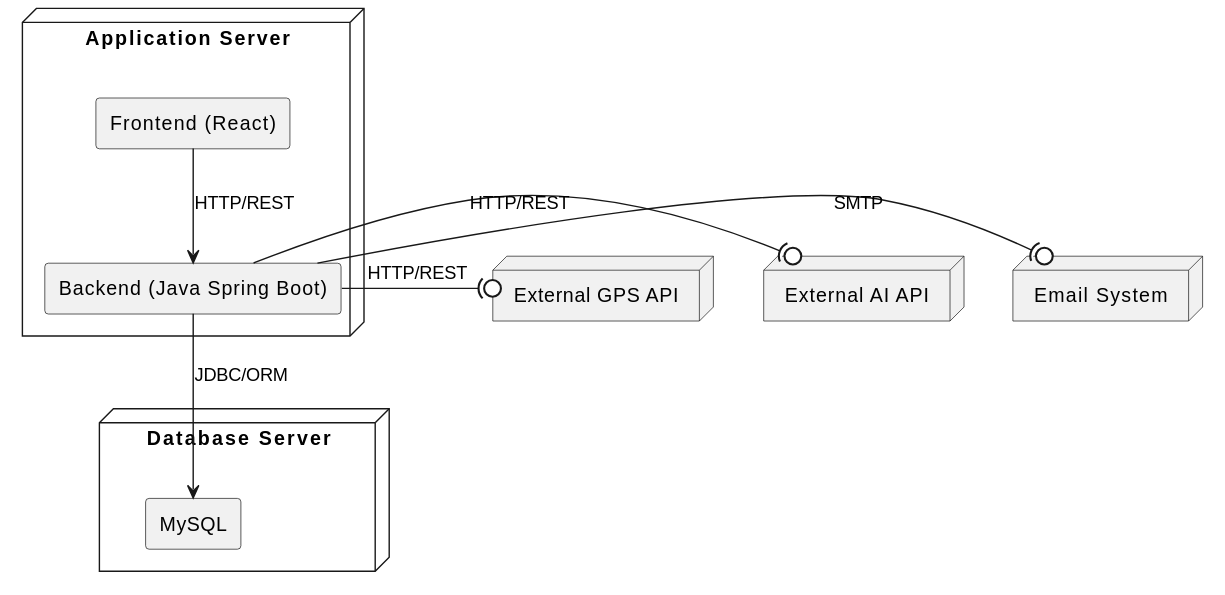
RafaelFaisca32/LABDSOF keeps this PlantUML diagram as Documentation/DeploymentDiagram/DeploymentDiagram.svg. Above is the earlier version. Its diagram source:
```plantuml
@startuml
skinparam componentStyle rectangle

node "Application Server" {
    [Backend (Java Spring Boot)]
    [Frontend (React)]
}

node "Database Server" {
    [MySQL]
}

node "External GPS API" {
}

node "External AI API" {
}

node "Email System" {
}

[Frontend (React)] --> [Backend (Java Spring Boot)] : HTTP/REST
[Backend (Java Spring Boot)] --> [MySQL] : JDBC/ORM
[Backend (Java Spring Boot)] -(0 [External GPS API] : HTTP/REST
[Backend (Java Spring Boot)] -(0 [External AI API] : HTTP/REST
[Backend (Java Spring Boot)] -(0 [Email System] : SMTP
@enduml
```
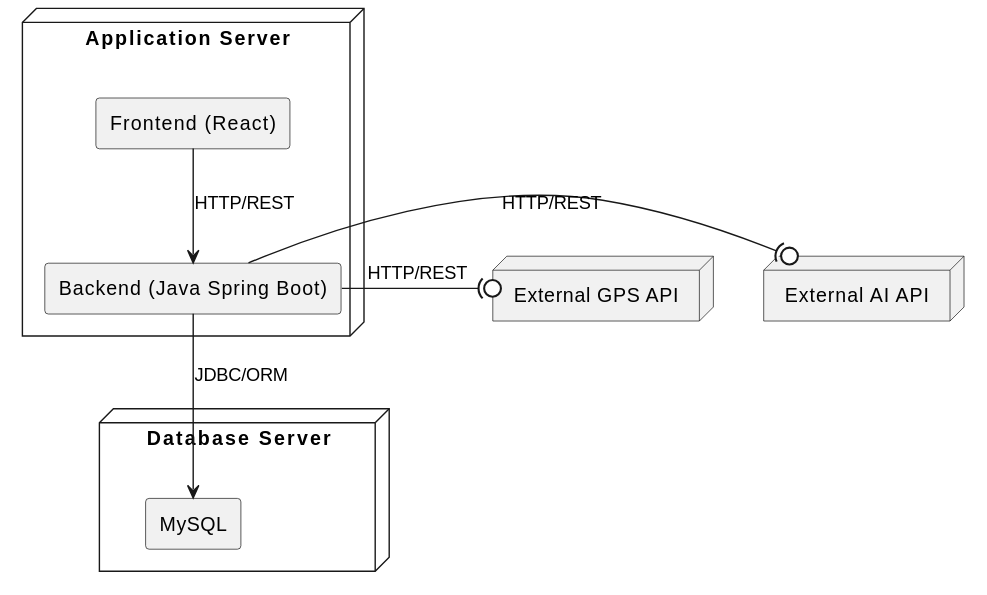
Above is the later version.

Commit message:
LABDSOF-243 Removed Email System from Deployment Diagram

Diff of the diagram source:
```diff
@@ -16,12 +16,8 @@
 node "External AI API" {
 }
 
-node "Email System" {
-}
-
 [Frontend (React)] --> [Backend (Java Spring Boot)] : HTTP/REST
 [Backend (Java Spring Boot)] --> [MySQL] : JDBC/ORM
 [Backend (Java Spring Boot)] -(0 [External GPS API] : HTTP/REST
 [Backend (Java Spring Boot)] -(0 [External AI API] : HTTP/REST
-[Backend (Java Spring Boot)] -(0 [Email System] : SMTP
 @enduml
```
